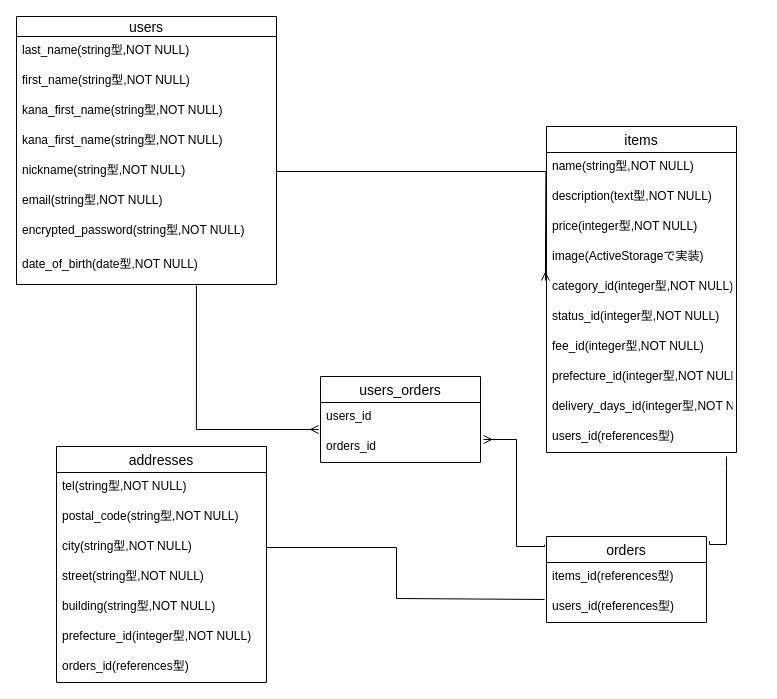
Earlier version of the draw.io diagram er.dio (RyousukeOkazaki/furima-36553). Source tidied: cells renumbered, new cells numbered last; positions are measured from the earlier drawing's top-left corner, leaving out a move shared by most shapes. Both pictures are drawn from the tidied source at 100%, with x=0, y=0 at pixel (16, 16).
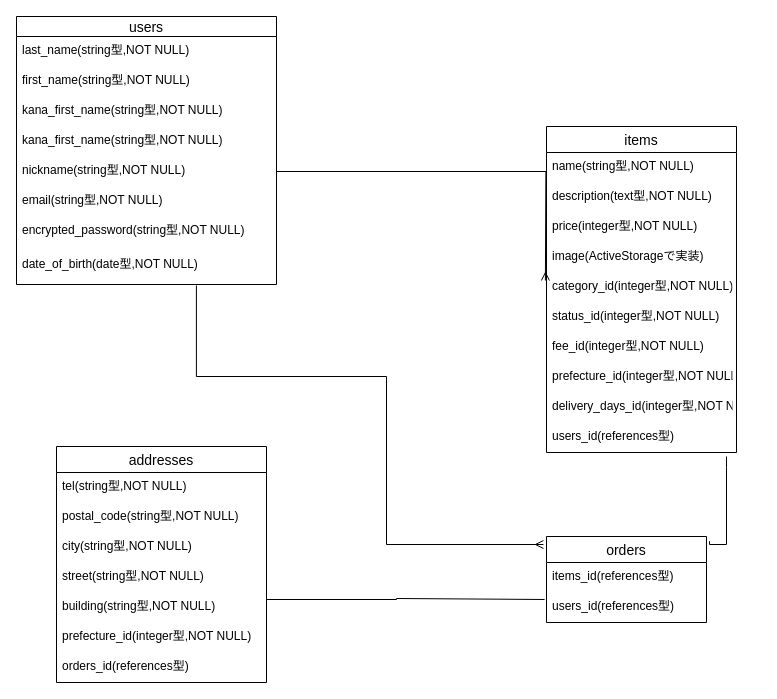
Above is the later version.

Unchanged cells that the change refers to:
```xml
<mxCell id="10" value="date_of_birth(date型,NOT NULL)" style="text;strokeColor=none;fillColor=none;spacingLeft=4;spacingRight=4;overflow=hidden;points=[[0,0.5],[1,0.5]];portConstraint=eastwest;fontSize=12;" parent="2" vertex="1">
  <mxGeometry y="234" width="260" height="34" as="geometry" />
</mxCell>
<mxCell id="25" value="city(string型,NOT NULL)" style="text;strokeColor=none;fillColor=none;spacingLeft=4;spacingRight=4;overflow=hidden;points=[[0,0.5],[1,0.5]];portConstraint=eastwest;fontSize=12;" parent="22" vertex="1">
  <mxGeometry y="86" width="210" height="30" as="geometry" />
</mxCell>
<mxCell id="30" value="orders" style="swimlane;fontStyle=0;horizontal=1;startSize=26;align=center;fontSize=14;" parent="1" vertex="1">
  <mxGeometry x="530" y="520" width="160" height="86" as="geometry" />
</mxCell>
<mxCell id="32" value="users_id(references型)" style="text;strokeColor=none;fillColor=none;spacingLeft=4;spacingRight=4;overflow=hidden;points=[[0,0.5],[1,0.5]];portConstraint=eastwest;fontSize=12;" parent="30" vertex="1">
  <mxGeometry y="56" width="160" height="30" as="geometry" />
</mxCell>
```

The edit, as a diff of the source:
```diff
@@
-    <mxCell id="33" value="users_orders" style="swimlane;fontStyle=0;horizontal=1;startSize=26;align=center;fontSize=14;" parent="1" vertex="1">
-      <mxGeometry x="304" y="360" width="160" height="86" as="geometry" />
-    </mxCell>
-    <mxCell id="34" value="users_id" style="text;strokeColor=none;fillColor=none;spacingLeft=4;spacingRight=4;overflow=hidden;fontSize=12;" parent="33" vertex="1">
-      <mxGeometry y="26" width="160" height="30" as="geometry" />
-    </mxCell>
-    <mxCell id="35" value="orders_id" style="text;strokeColor=none;fillColor=none;spacingLeft=4;spacingRight=4;overflow=hidden;points=[[0,0.5],[1,0.5]];portConstraint=eastwest;fontSize=12;" parent="33" vertex="1">
-      <mxGeometry y="56" width="160" height="30" as="geometry" />
-    </mxCell>
-    <mxCell id="36" style="edgeStyle=orthogonalEdgeStyle;rounded=0;jettySize=auto;html=1;entryX=-0.012;entryY=-0.1;entryDx=0;entryDy=0;entryPerimeter=0;endArrow=ERmany;endFill=0;exitX=0.692;exitY=1.029;exitDx=0;exitDy=0;exitPerimeter=0;" parent="1" edge="1" source="10" target="35">
+    <mxCell id="36" style="edgeStyle=orthogonalEdgeStyle;rounded=0;jettySize=auto;html=1;endArrow=ERmany;endFill=0;exitX=0.692;exitY=1.029;exitDx=0;exitDy=0;exitPerimeter=0;entryX=-0.019;entryY=0.093;entryDx=0;entryDy=0;entryPerimeter=0;" parent="1" edge="1" source="10" target="30">
       <mxGeometry relative="1" as="geometry">
         <Array as="points">
-          <mxPoint x="180" y="413" />
+          <mxPoint x="180" y="360" />
+          <mxPoint x="370" y="360" />
+          <mxPoint x="370" y="528" />
         </Array>
       </mxGeometry>
     </mxCell>
-    <mxCell id="37" style="edgeStyle=orthogonalEdgeStyle;rounded=0;jettySize=auto;html=1;entryX=1.019;entryY=0.233;entryDx=0;entryDy=0;entryPerimeter=0;endArrow=ERmany;endFill=0;exitX=-0.012;exitY=0.096;exitDx=0;exitDy=0;exitPerimeter=0;" parent="1" edge="1" source="30" target="35">
-      <mxGeometry relative="1" as="geometry">
-        <Array as="points">
-          <mxPoint x="528" y="530" />
-          <mxPoint x="500" y="530" />
-          <mxPoint x="500" y="423" />
-        </Array>
-      </mxGeometry>
-    </mxCell>
     <mxCell id="38" style="edgeStyle=orthogonalEdgeStyle;rounded=0;jettySize=auto;html=1;exitX=1;exitY=0.5;exitDx=0;exitDy=0;endArrow=none;endFill=0;entryX=-0.012;entryY=0.233;entryDx=0;entryDy=0;entryPerimeter=0;" parent="1" edge="1" source="25" target="32">
       <mxGeometry relative="1" as="geometry">
         <Array as="points">
-          <mxPoint x="380" y="531" />
+          <mxPoint x="250" y="583" />
+          <mxPoint x="380" y="583" />
           <mxPoint x="380" y="582" />
         </Array>
       </mxGeometry>
     </mxCell>
```
